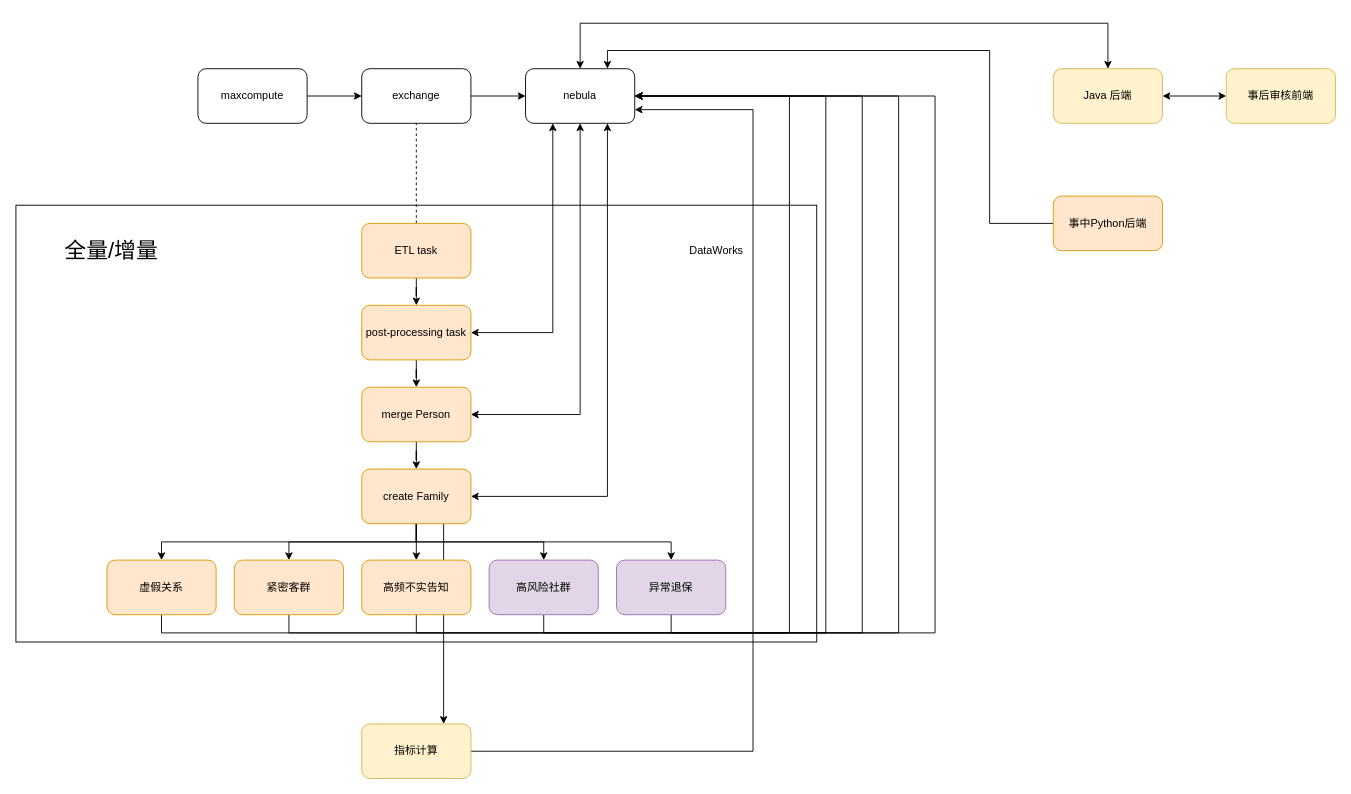
Above: 友邦/架构.drawio in XiaoLiuAI/diagrams (draw.io), before the change. Source tidied: cells renumbered, new cells numbered last; positions are measured from the earlier drawing's top-left corner, leaving out a move shared by most shapes. Both pictures are drawn from the tidied source at 91%, with x=0, y=0 at pixel (15, 23).
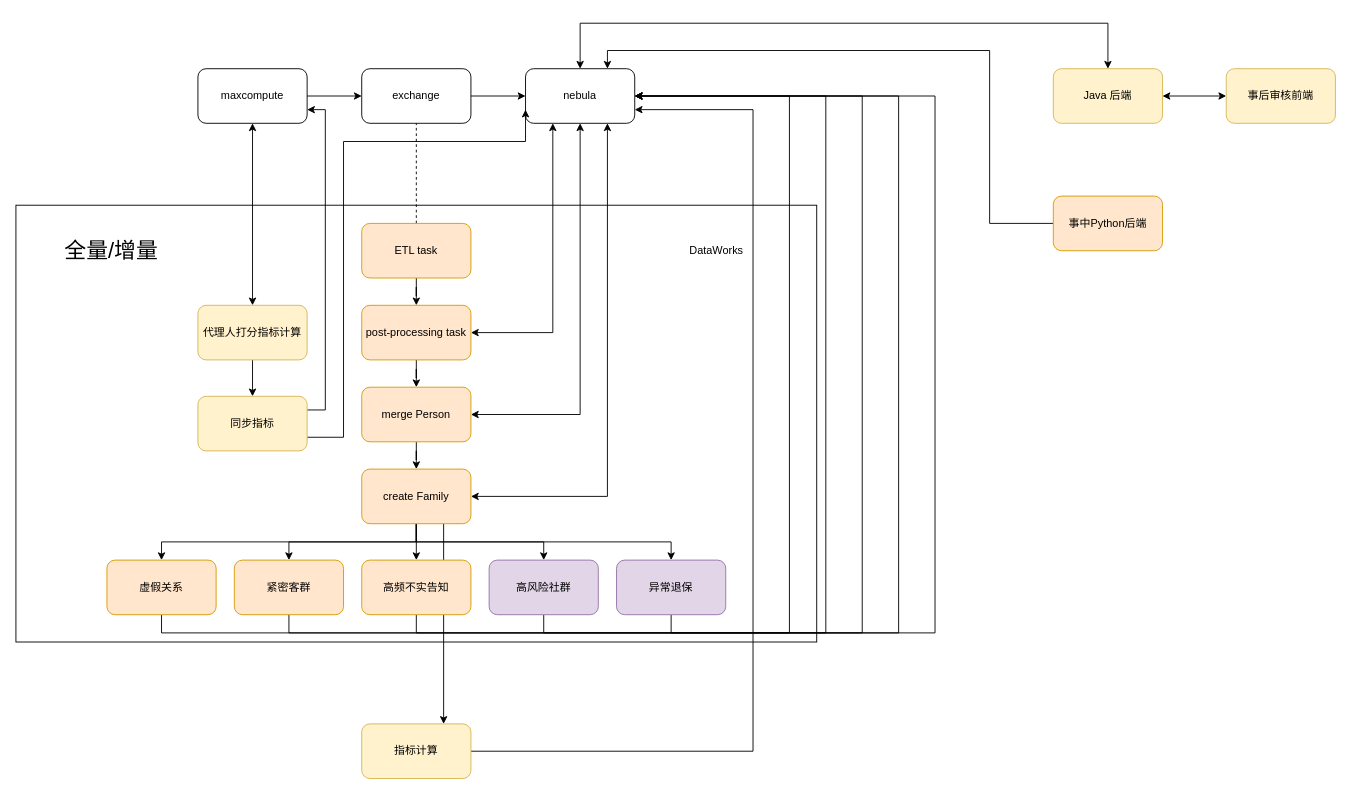
The same page after the edit.

The change refers to these unchanged cells:
```xml
<mxCell id="2" value="maxcompute" style="rounded=1;whiteSpace=wrap;html=1;" parent="1" vertex="1">
  <mxGeometry x="200" y="50" width="120" height="60" as="geometry" />
</mxCell>
<mxCell id="4" value="nebula" style="rounded=1;whiteSpace=wrap;html=1;" parent="1" vertex="1">
  <mxGeometry x="560" y="50" width="120" height="60" as="geometry" />
</mxCell>
```

Diff of the diagram source:
```diff
@@
+    <mxCell id="7" style="rounded=0;whiteSpace=wrap;html=1;" parent="1" vertex="1">
+      <mxGeometry y="200" width="880" height="480" as="geometry" />
+    </mxCell>
+    <mxCell id="45" style="edgeStyle=orthogonalEdgeStyle;rounded=0;jettySize=auto;html=1;exitX=0.5;exitY=1;exitDx=0;exitDy=0;startArrow=classic;startFill=1;" parent="1" edge="1" source="2" target="47">
+      <mxGeometry relative="1" as="geometry" />
+    </mxCell>
@@
-    <mxCell id="7" style="rounded=0;whiteSpace=wrap;html=1;" parent="1" vertex="1">
-      <mxGeometry y="200" width="880" height="480" as="geometry" />
-    </mxCell>
@@
+    <mxCell id="46" style="edgeStyle=orthogonalEdgeStyle;rounded=0;jettySize=auto;html=1;exitX=0.5;exitY=1;exitDx=0;exitDy=0;entryX=0.5;entryY=0;entryDx=0;entryDy=0;" parent="1" edge="1" source="47" target="50">
+      <mxGeometry relative="1" as="geometry" />
+    </mxCell>
+    <mxCell id="47" value="代理人打分指标计算" style="rounded=1;whiteSpace=wrap;html=1;fillColor=#fff2cc;strokeColor=#d6b656;" parent="1" vertex="1">
+      <mxGeometry x="200" y="310" width="120" height="60" as="geometry" />
+    </mxCell>
+    <mxCell id="48" style="edgeStyle=orthogonalEdgeStyle;rounded=0;jettySize=auto;html=1;exitX=1;exitY=0.25;exitDx=0;exitDy=0;entryX=1;entryY=0.75;entryDx=0;entryDy=0;" parent="1" edge="1" source="50" target="2">
+      <mxGeometry relative="1" as="geometry" />
+    </mxCell>
+    <mxCell id="49" style="edgeStyle=orthogonalEdgeStyle;rounded=0;jettySize=auto;html=1;exitX=1;exitY=0.75;exitDx=0;exitDy=0;entryX=0;entryY=0.75;entryDx=0;entryDy=0;" parent="1" edge="1" source="50" target="4">
+      <mxGeometry relative="1" as="geometry">
+        <Array as="points">
+          <mxPoint x="360" y="455" />
+          <mxPoint x="360" y="130" />
+          <mxPoint x="560" y="130" />
+        </Array>
+      </mxGeometry>
+    </mxCell>
+    <mxCell id="50" value="同步指标" style="rounded=1;whiteSpace=wrap;html=1;fillColor=#fff2cc;strokeColor=#d6b656;" parent="1" vertex="1">
+      <mxGeometry x="200" y="410" width="120" height="60" as="geometry" />
+    </mxCell>
```
